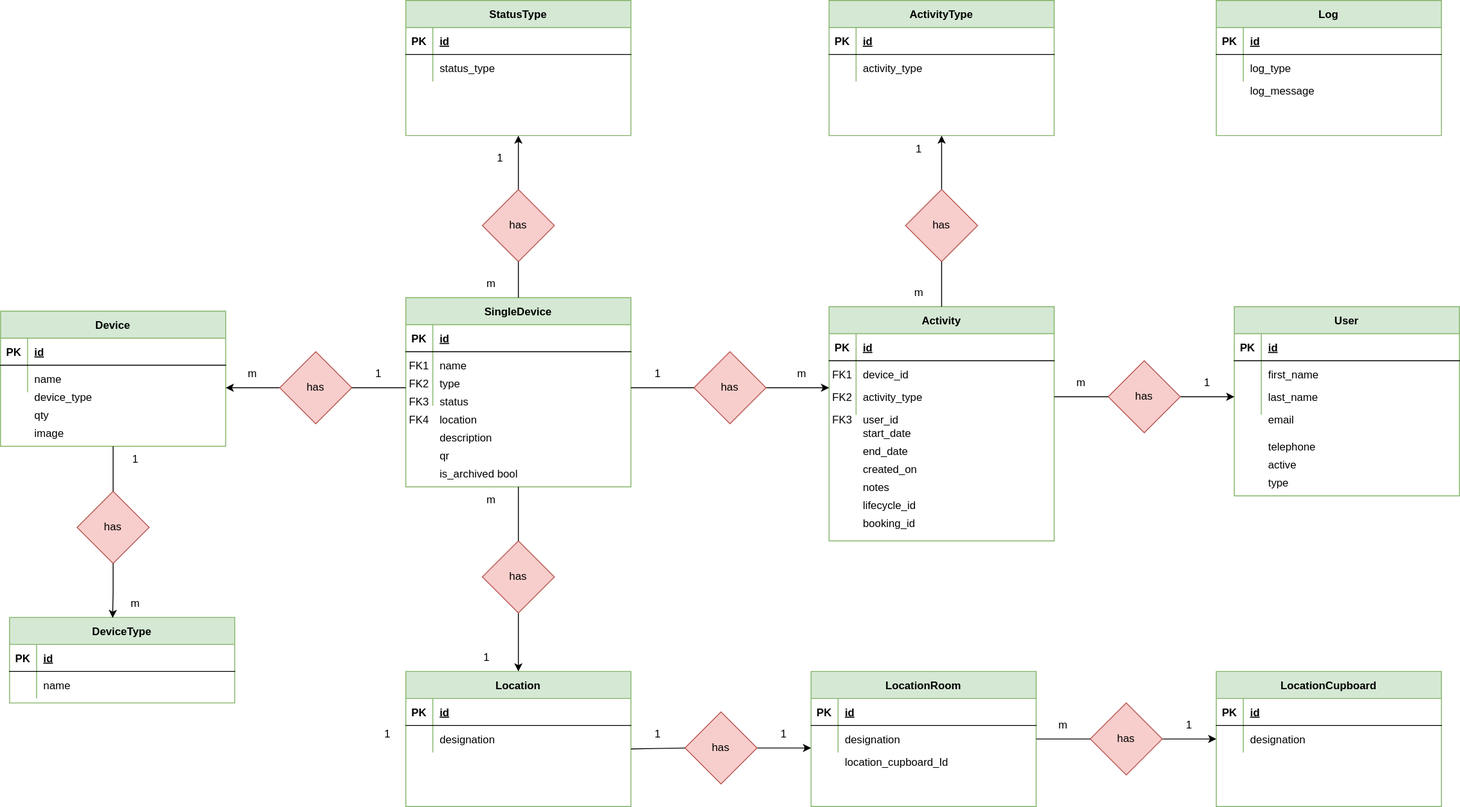
Above: Lagerstyringsprojekt/lagerstyring_db_erd.drawio.svg in rgammelby/H3 (draw.io), before the change. Source tidied: cells renumbered, new cells last; positions are measured from the earlier drawing's top-left corner, leaving out a move shared by most shapes.
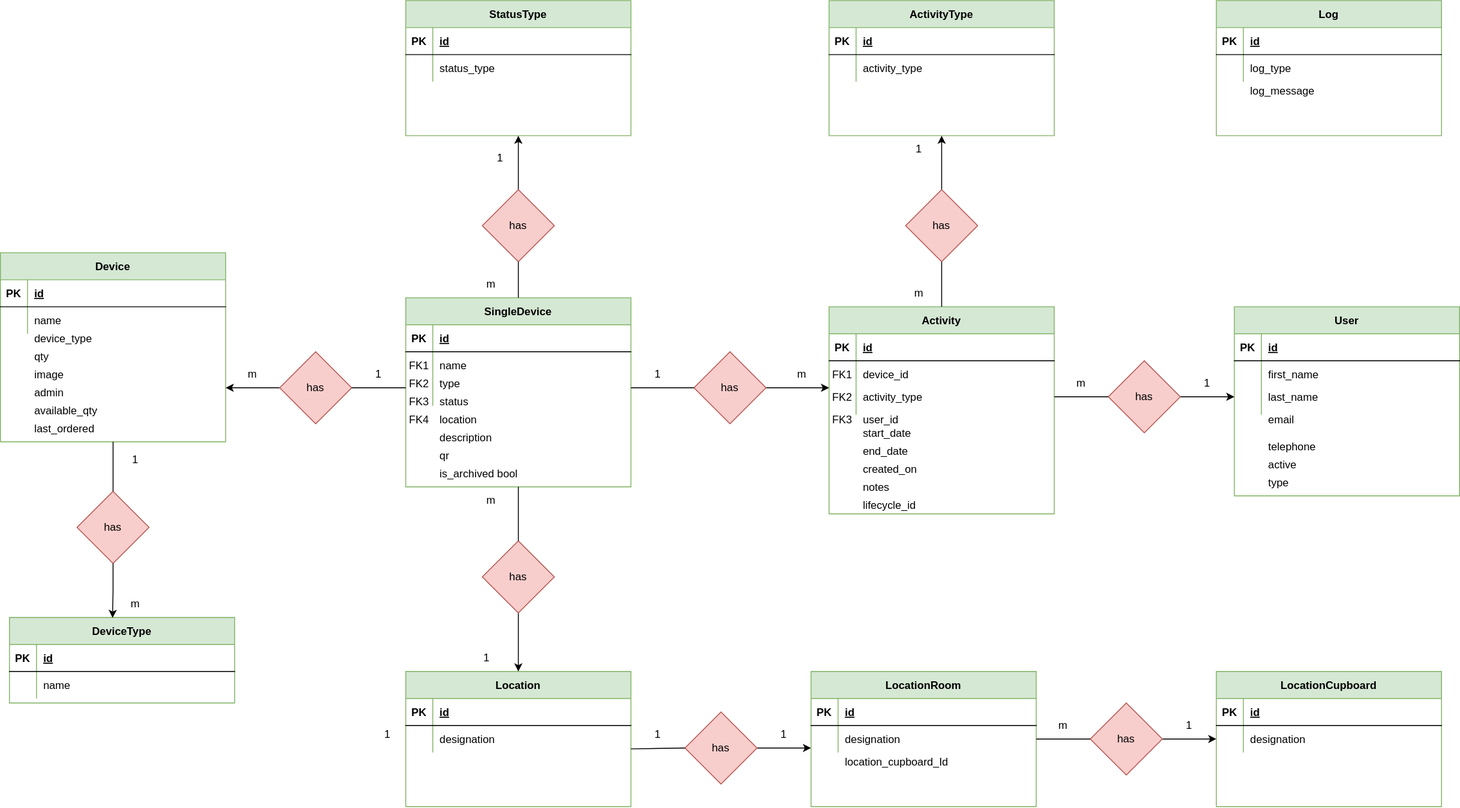
The same file after the commit.

Commit message:
db diagram and stored procedures + documentation

What changed in the source:
```diff
@@ -3,7 +3,7 @@
     <mxCell id="0" />
     <mxCell id="1" parent="0" />
     <mxCell id="2" value="Device" style="shape=table;startSize=30;rowLines=0;fontStyle=1;align=center;fillColor=#d5e8d4;strokeColor=#82b366;" parent="1" vertex="1">
-      <mxGeometry y="345" width="250" height="150" as="geometry" />
+      <mxGeometry y="280" width="250" height="210" as="geometry" />
     </mxCell>
     <mxCell id="3" style="shape=partialRectangle;fillColor=none;top=0;left=0;right=0;bottom=1;" parent="2" vertex="1">
       <mxGeometry y="30" width="250" height="30" as="geometry" />
@@ -81,13 +81,13 @@
       <mxGeometry x="450" y="450" width="30" height="30" as="geometry" />
     </mxCell>
     <mxCell id="28" value="device_type" style="shape=partialRectangle;overflow=hidden;fillColor=none;top=0;left=0;bottom=0;right=0;align=left;spacingLeft=6;" parent="1" vertex="1">
-      <mxGeometry x="30" y="425" width="220" height="30" as="geometry" />
+      <mxGeometry x="30" y="360" width="220" height="30" as="geometry" />
     </mxCell>
     <mxCell id="29" value="qty" style="shape=partialRectangle;overflow=hidden;fillColor=none;top=0;left=0;bottom=0;right=0;align=left;spacingLeft=6;" parent="1" vertex="1">
-      <mxGeometry x="30" y="445" width="220" height="30" as="geometry" />
+      <mxGeometry x="30" y="380" width="220" height="30" as="geometry" />
     </mxCell>
     <mxCell id="30" value="image" style="shape=partialRectangle;overflow=hidden;fillColor=none;top=0;left=0;bottom=0;right=0;align=left;spacingLeft=6;" parent="1" vertex="1">
-      <mxGeometry x="30" y="465" width="220" height="30" as="geometry" />
+      <mxGeometry x="30" y="400" width="220" height="30" as="geometry" />
     </mxCell>
     <mxCell id="31" value="StatusType" style="shape=table;startSize=30;rowLines=0;fontStyle=1;align=center;fillColor=#d5e8d4;strokeColor=#82b366;" parent="1" vertex="1">
       <mxGeometry x="450" width="250" height="150" as="geometry" />
@@ -111,7 +111,7 @@
       <mxGeometry x="30" width="220" height="30" as="geometry" />
     </mxCell>
     <mxCell id="38" value="Activity" style="shape=table;startSize=30;rowLines=0;fontStyle=1;align=center;fillColor=#d5e8d4;strokeColor=#82b366;" parent="1" vertex="1">
-      <mxGeometry x="920" y="340" width="250" height="260" as="geometry" />
+      <mxGeometry x="920" y="340" width="250" height="230" as="geometry" />
     </mxCell>
     <mxCell id="39" style="shape=partialRectangle;fillColor=none;top=0;left=0;right=0;bottom=1;" parent="38" vertex="1">
       <mxGeometry y="30" width="250" height="30" as="geometry" />
@@ -158,7 +158,7 @@
     <mxCell id="53" value="lifecycle_id" style="shape=partialRectangle;overflow=hidden;fillColor=none;top=0;left=0;bottom=0;right=0;align=left;spacingLeft=6;" parent="1" vertex="1">
       <mxGeometry x="950" y="545" width="220" height="30" as="geometry" />
     </mxCell>
-    <mxCell id="54" value="booking_id" style="shape=partialRectangle;overflow=hidden;fillColor=none;top=0;left=0;bottom=0;right=0;align=left;spacingLeft=6;" parent="1" vertex="1">
+    <mxCell id="54" style="shape=partialRectangle;overflow=hidden;fillColor=none;top=0;left=0;bottom=0;right=0;align=left;spacingLeft=6;" parent="1" vertex="1">
       <mxGeometry x="950" y="565" width="220" height="30" as="geometry" />
     </mxCell>
     <mxCell id="55" value="FK1" style="shape=partialRectangle;overflow=hidden;fillColor=none;top=0;left=0;bottom=0;right=0;" parent="1" vertex="1">
@@ -322,14 +322,14 @@
     <mxCell id="106" value="has" style="rhombus;whiteSpace=wrap;html=1;fillColor=#f8cecc;strokeColor=#b85450;" parent="1" vertex="1">
       <mxGeometry x="1005" y="210" width="80" height="80" as="geometry" />
     </mxCell>
-    <mxCell id="107" style="edgeStyle=orthogonalEdgeStyle;rounded=0;jettySize=auto;html=1;" parent="1" edge="1" source="108" target="6">
-      <mxGeometry relative="1" as="geometry">
-        <Array as="points">
-          <mxPoint x="270" y="430" />
-          <mxPoint x="270" y="430" />
-        </Array>
-      </mxGeometry>
-    </mxCell>
+    <mxCell id="165" style="edgeStyle=orthogonalEdgeStyle;rounded=0;jettySize=auto;html=1;" parent="1" edge="1" source="108" target="2">
+      <mxGeometry relative="1" as="geometry">
+        <Array as="points">
+          <mxPoint x="270" y="430" />
+          <mxPoint x="270" y="430" />
+        </Array>
+      </mxGeometry>
+    </mxCell>
     <mxCell id="108" value="has" style="rhombus;whiteSpace=wrap;html=1;fillColor=#f8cecc;strokeColor=#b85450;" parent="1" vertex="1">
       <mxGeometry x="310" y="390" width="80" height="80" as="geometry" />
     </mxCell>
@@ -519,5 +519,14 @@
     <mxCell id="164" value="is_archived bool" style="shape=partialRectangle;overflow=hidden;fillColor=none;top=0;left=0;bottom=0;right=0;align=left;spacingLeft=6;" parent="1" vertex="1">
       <mxGeometry x="480" y="510" width="220" height="30" as="geometry" />
     </mxCell>
+    <mxCell id="166" value="admin" style="shape=partialRectangle;overflow=hidden;fillColor=none;top=0;left=0;bottom=0;right=0;align=left;spacingLeft=6;" parent="1" vertex="1">
+      <mxGeometry x="30" y="420" width="220" height="30" as="geometry" />
+    </mxCell>
+    <mxCell id="167" value="available_qty" style="shape=partialRectangle;overflow=hidden;fillColor=none;top=0;left=0;bottom=0;right=0;align=left;spacingLeft=6;" parent="1" vertex="1">
+      <mxGeometry x="30" y="440" width="220" height="30" as="geometry" />
+    </mxCell>
+    <mxCell id="168" value="last_ordered" style="shape=partialRectangle;overflow=hidden;fillColor=none;top=0;left=0;bottom=0;right=0;align=left;spacingLeft=6;" parent="1" vertex="1">
+      <mxGeometry x="30" y="460" width="220" height="30" as="geometry" />
+    </mxCell>
   </root>
 </mxGraphModel>
```
